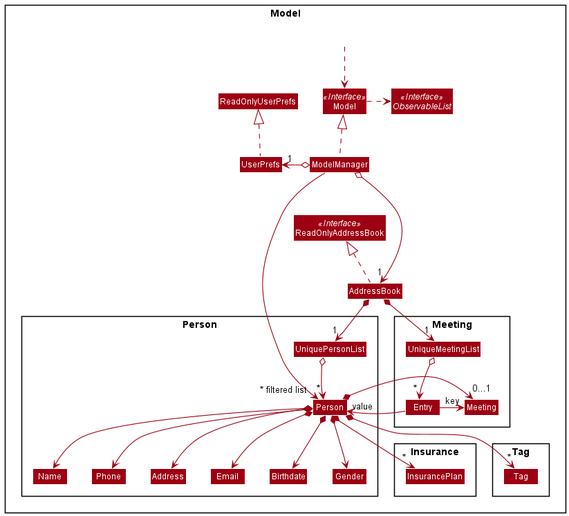
This is docs/images/ModelClassDiagram.png from nus-cs2103-AY2021S2/tp, a PlantUML export, as it was before one commit.
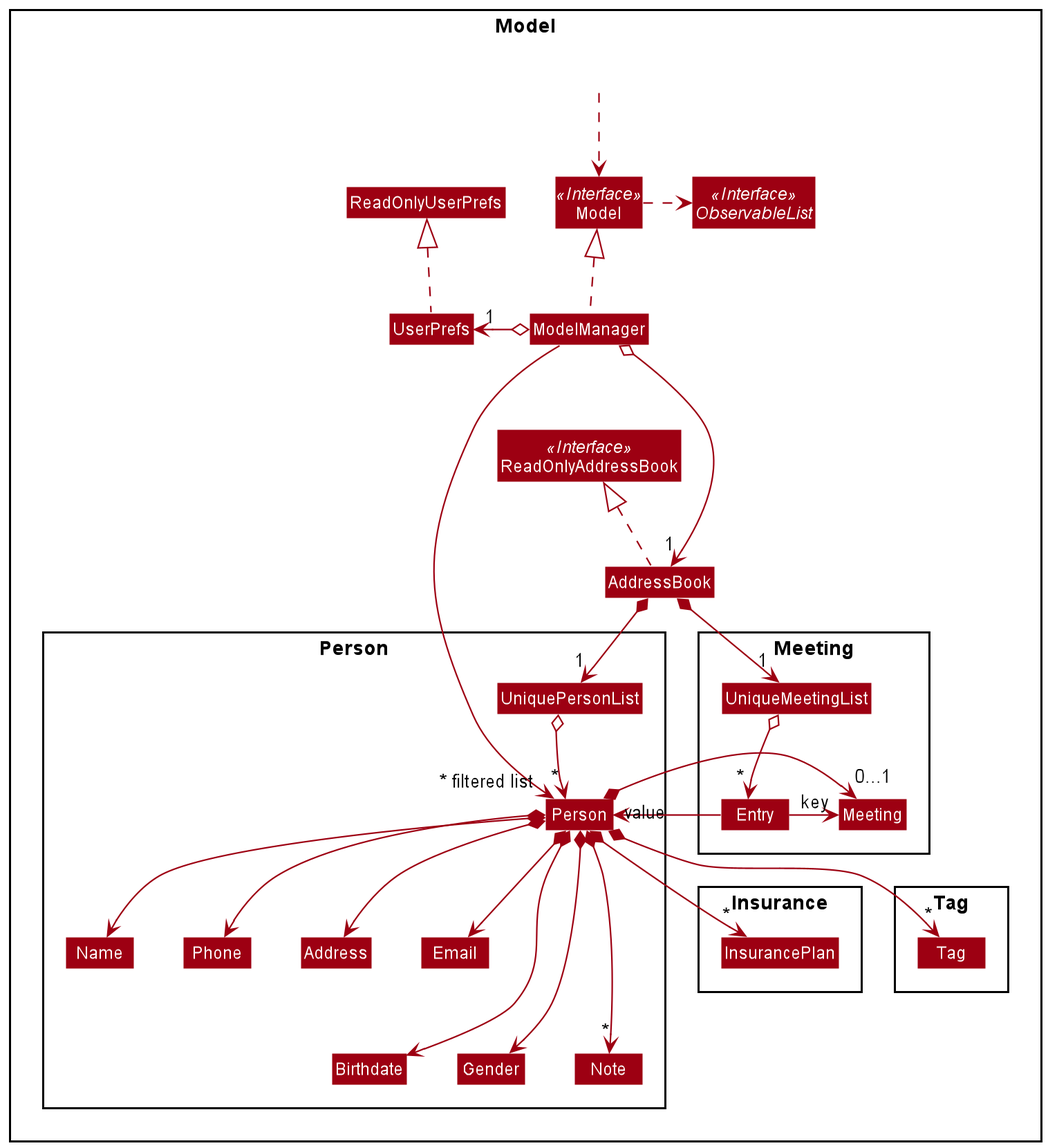
The same file after the commit.

Diff of the diagram source:
```diff
@@ -23,7 +23,9 @@
 Class Gender
 Class Name
 Class Phone
+Class Note
 Class UniquePersonList
+
 }
 
 Package Meeting {
@@ -59,8 +61,9 @@
 Person *--> Phone
 Person *--> Email
 Person *--> Address
-Person *--> Gender
-Person *--> Birthdate
+Person *---> Gender
+Person *---> Birthdate
+Person *---> "*" Note
 Person *--> "*" Tag
 Person *--> "0...1" Meeting
 Person *--> "*" InsurancePlan
```
